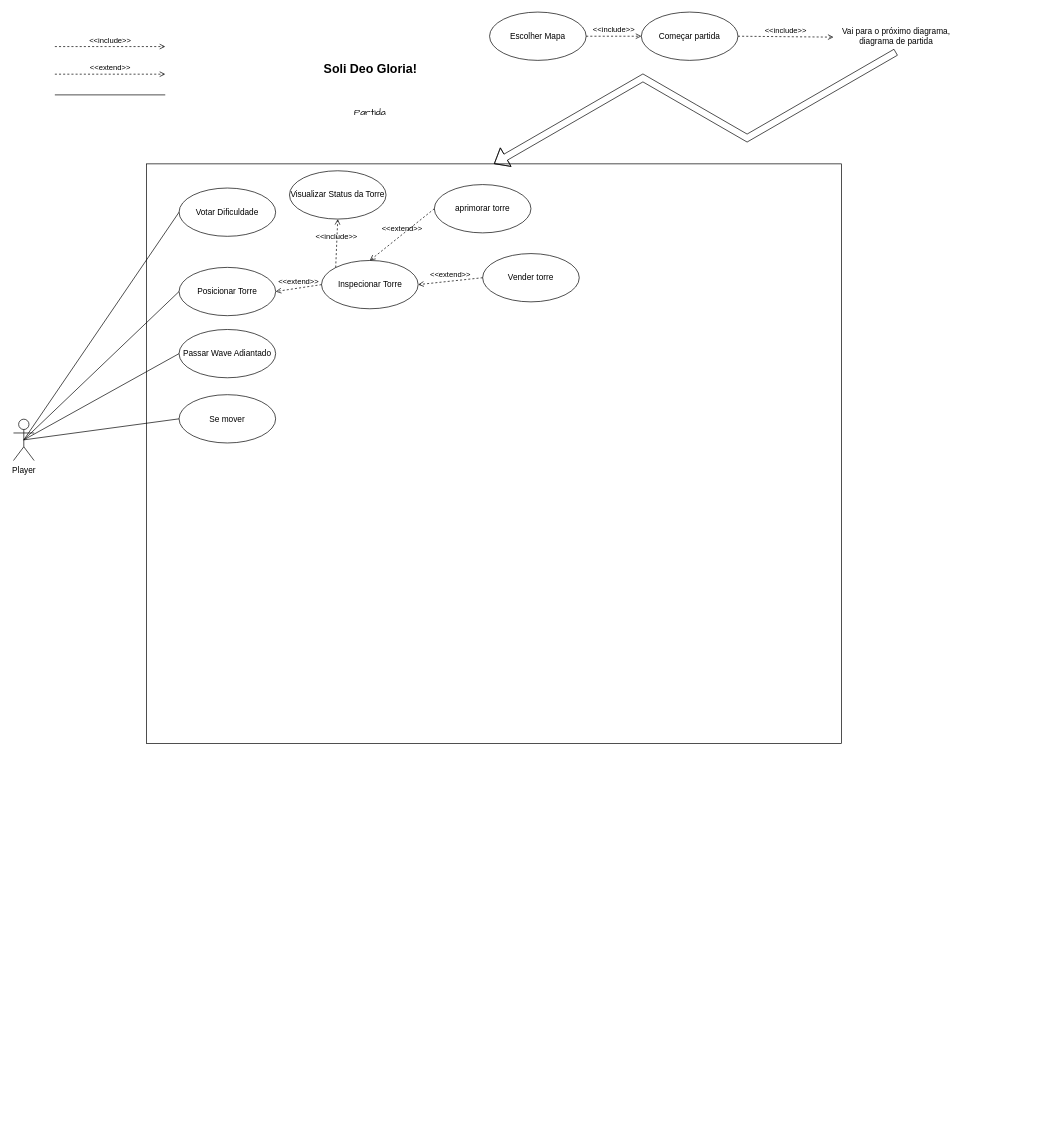
This is In-Game -- Diagrama Casos de Uso.drawio from DEV-0ne-Jao/Projeto-Integrador, a draw.io file, before an edit. Source tidied: cells renumbered, new cells numbered last; positions are measured from the earlier drawing's top-left corner, leaving out a move shared by most shapes. Both pictures are drawn from the tidied source at 69%, with x=0, y=0 at pixel (13, 12).
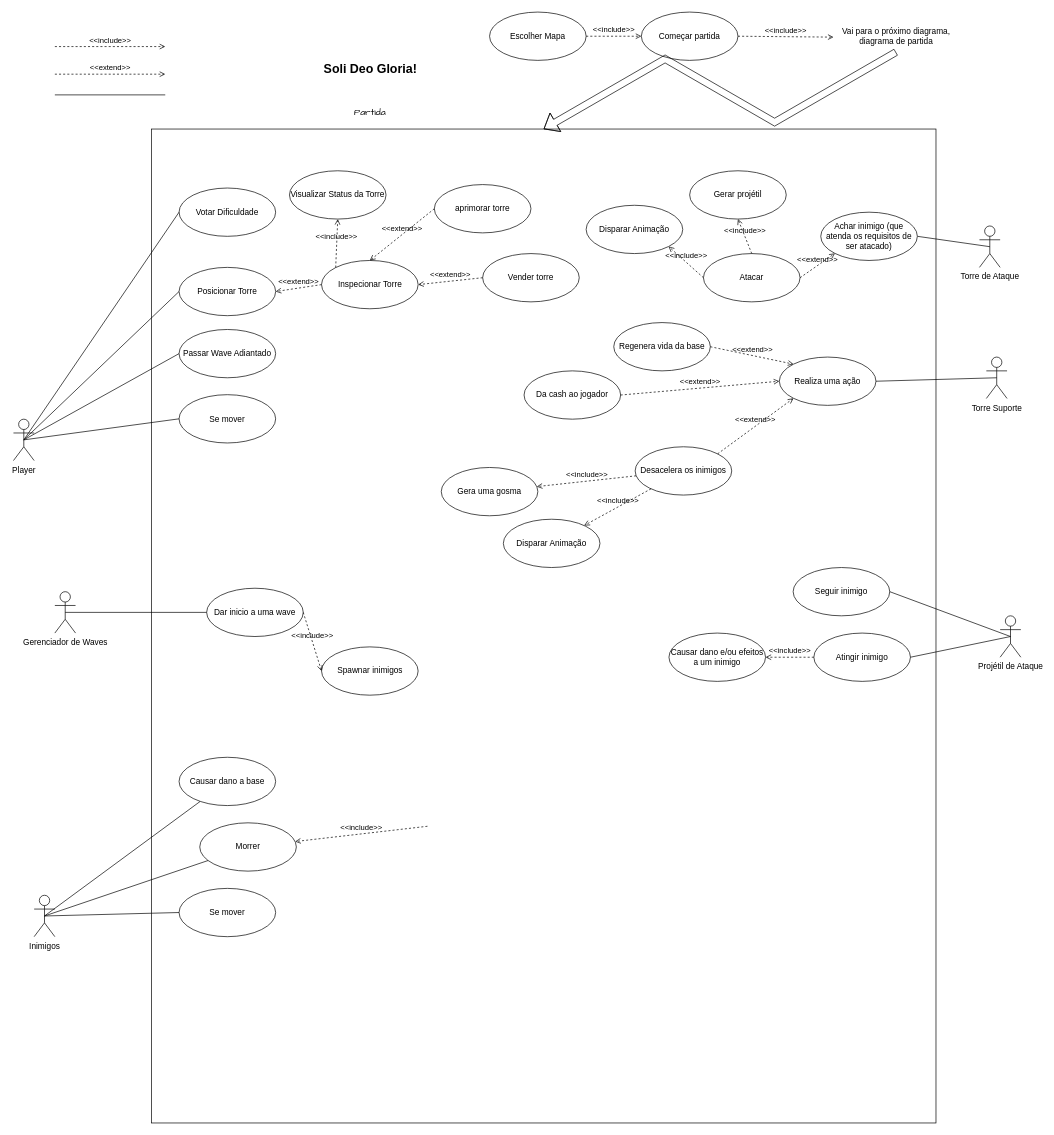
After the change.

The edit, as a diff of the source:
```diff
@@
-    <mxCell id="5" style="rounded=0;whiteSpace=wrap;html=1;" parent="1" vertex="1">
-      <mxGeometry x="193" y="220" width="1007" height="840" as="geometry" />
+    <mxCell id="5" style="rounded=0;whiteSpace=wrap;html=1;fontStyle=1;" parent="1" vertex="1">
+      <mxGeometry x="200" y="169.5" width="1137" height="1440.5" as="geometry" />
     </mxCell>
@@
+    <mxCell id="31" value="Torre de Ataque" style="shape=umlActor;verticalLabelPosition=bottom;verticalAlign=top;html=1;outlineConnect=0;" parent="1" vertex="1">
+      <mxGeometry x="1400" y="310" width="30" height="60" as="geometry" />
+    </mxCell>
+    <mxCell id="32" value="Atacar" style="ellipse;whiteSpace=wrap;html=1;" parent="1" vertex="1">
+      <mxGeometry x="1000" y="350" width="140" height="70" as="geometry" />
+    </mxCell>
+    <mxCell id="33" style="endArrow=none;html=1;rounded=0;exitX=1;exitY=0.5;exitDx=0;exitDy=0;entryX=0.5;entryY=0.5;entryDx=0;entryDy=0;entryPerimeter=0;" parent="1" edge="1" source="35" target="31">
+      <mxGeometry relative="1" as="geometry" />
+    </mxCell>
+    <mxCell id="34" value="Regenera vida da base" style="ellipse;whiteSpace=wrap;html=1;" parent="1" vertex="1">
+      <mxGeometry x="870" y="450" width="140" height="70" as="geometry" />
+    </mxCell>
+    <mxCell id="35" value="Achar inimigo (que atenda os requisitos de ser atacado)" style="ellipse;whiteSpace=wrap;html=1;" parent="1" vertex="1">
+      <mxGeometry x="1170" y="290" width="140" height="70" as="geometry" />
+    </mxCell>
+    <mxCell id="36" value="Torre Suporte&lt;div&gt;&lt;br&gt;&lt;/div&gt;" style="shape=umlActor;verticalLabelPosition=bottom;verticalAlign=top;html=1;outlineConnect=0;" parent="1" vertex="1">
+      <mxGeometry x="1410" y="500" width="30" height="60" as="geometry" />
+    </mxCell>
+    <mxCell id="37" value="&amp;lt;&amp;lt;extend&amp;gt;&amp;gt;" style="html=1;verticalAlign=bottom;labelBackgroundColor=none;endArrow=open;endFill=0;dashed=1;rounded=0;exitX=1;exitY=0.5;exitDx=0;exitDy=0;entryX=0;entryY=1;entryDx=0;entryDy=0;" parent="1" edge="1" source="32" target="35">
+      <mxGeometry relative="1" as="geometry" />
+    </mxCell>
+    <mxCell id="38" value="Disparar Animação" style="ellipse;whiteSpace=wrap;html=1;" parent="1" vertex="1">
+      <mxGeometry x="830" y="280" width="140" height="70" as="geometry" />
+    </mxCell>
+    <mxCell id="39" value="&amp;lt;&amp;lt;include&amp;gt;&amp;gt;" style="html=1;verticalAlign=bottom;labelBackgroundColor=none;endArrow=open;endFill=0;dashed=1;rounded=0;exitX=0;exitY=0.5;exitDx=0;exitDy=0;entryX=1;entryY=1;entryDx=0;entryDy=0;" parent="1" edge="1" source="32" target="38">
+      <mxGeometry relative="1" as="geometry" />
+    </mxCell>
+    <mxCell id="40" style="endArrow=none;html=1;rounded=0;entryX=0.5;entryY=0.5;entryDx=0;entryDy=0;entryPerimeter=0;exitX=1;exitY=0.5;exitDx=0;exitDy=0;" parent="1" edge="1" source="59" target="36">
+      <mxGeometry relative="1" as="geometry" />
+    </mxCell>
+    <mxCell id="41" value="Gerar projétil" style="ellipse;whiteSpace=wrap;html=1;" parent="1" vertex="1">
+      <mxGeometry x="980" y="230" width="140" height="70" as="geometry" />
+    </mxCell>
+    <mxCell id="42" value="Da cash ao jogador" style="ellipse;whiteSpace=wrap;html=1;" parent="1" vertex="1">
+      <mxGeometry x="740" y="520" width="140" height="70" as="geometry" />
+    </mxCell>
+    <mxCell id="43" value="&amp;lt;&amp;lt;include&amp;gt;&amp;gt;" style="html=1;verticalAlign=bottom;labelBackgroundColor=none;endArrow=open;endFill=0;dashed=1;rounded=0;exitX=0.5;exitY=0;exitDx=0;exitDy=0;entryX=0.5;entryY=1;entryDx=0;entryDy=0;" parent="1" edge="1" source="32" target="41">
+      <mxGeometry relative="1" as="geometry" />
+    </mxCell>
+    <mxCell id="44" value="Projétil de Ataque" style="shape=umlActor;verticalLabelPosition=bottom;verticalAlign=top;html=1;" parent="1" vertex="1">
+      <mxGeometry x="1430" y="875" width="30" height="60" as="geometry" />
+    </mxCell>
+    <mxCell id="45" value="Desacelera os inimigos" style="ellipse;whiteSpace=wrap;html=1;" parent="1" vertex="1">
+      <mxGeometry x="901" y="630" width="140" height="70" as="geometry" />
+    </mxCell>
+    <mxCell id="46" value="&amp;lt;&amp;lt;include&amp;gt;&amp;gt;" style="html=1;verticalAlign=bottom;labelBackgroundColor=none;endArrow=open;endFill=0;dashed=1;rounded=0;" parent="1" edge="1" source="45" target="48">
+      <mxGeometry relative="1" as="geometry" />
+    </mxCell>
+    <mxCell id="47" value="Gerenciador de Waves" style="shape=umlActor;verticalLabelPosition=bottom;verticalAlign=top;html=1;" parent="1" vertex="1">
+      <mxGeometry x="60" y="840" width="30" height="60" as="geometry" />
+    </mxCell>
+    <mxCell id="48" value="Gera uma gosma" style="ellipse;whiteSpace=wrap;html=1;" parent="1" vertex="1">
+      <mxGeometry x="620" y="660" width="140" height="70" as="geometry" />
+    </mxCell>
+    <mxCell id="49" value="Dar inicio a uma wave" style="ellipse;whiteSpace=wrap;html=1;" parent="1" vertex="1">
+      <mxGeometry x="280" y="835" width="140" height="70" as="geometry" />
+    </mxCell>
+    <mxCell id="50" value="Disparar Animação" style="ellipse;whiteSpace=wrap;html=1;" parent="1" vertex="1">
+      <mxGeometry x="710" y="735" width="140" height="70" as="geometry" />
+    </mxCell>
+    <mxCell id="51" value="Seguir inimigo" style="ellipse;whiteSpace=wrap;html=1;" parent="1" vertex="1">
+      <mxGeometry x="1130" y="805" width="140" height="70" as="geometry" />
+    </mxCell>
+    <mxCell id="52" value="&amp;lt;&amp;lt;include&amp;gt;&amp;gt;" style="html=1;verticalAlign=bottom;labelBackgroundColor=none;endArrow=open;endFill=0;dashed=1;rounded=0;" parent="1" edge="1" source="45" target="50">
+      <mxGeometry relative="1" as="geometry" />
+    </mxCell>
+    <mxCell id="53" value="Atingir inimigo" style="ellipse;whiteSpace=wrap;html=1;" parent="1" vertex="1">
+      <mxGeometry x="1160" y="900" width="140" height="70" as="geometry" />
+    </mxCell>
+    <mxCell id="54" style="endArrow=none;html=1;rounded=0;exitX=1;exitY=0.5;exitDx=0;exitDy=0;entryX=0.5;entryY=0.5;entryDx=0;entryDy=0;entryPerimeter=0;" parent="1" edge="1" source="51" target="44">
+      <mxGeometry relative="1" as="geometry" />
+    </mxCell>
+    <mxCell id="55" style="endArrow=none;html=1;rounded=0;exitX=1;exitY=0.5;exitDx=0;exitDy=0;entryX=0.5;entryY=0.5;entryDx=0;entryDy=0;entryPerimeter=0;" parent="1" edge="1" source="53" target="44">
+      <mxGeometry relative="1" as="geometry" />
+    </mxCell>
+    <mxCell id="56" value="Causar dano e/ou efeitos a um inimigo" style="ellipse;whiteSpace=wrap;html=1;" parent="1" vertex="1">
+      <mxGeometry x="950" y="900" width="140" height="70" as="geometry" />
+    </mxCell>
+    <mxCell id="57" value="&amp;lt;&amp;lt;include&amp;gt;&amp;gt;" style="html=1;verticalAlign=bottom;labelBackgroundColor=none;endArrow=open;endFill=0;dashed=1;rounded=0;exitX=0;exitY=0.5;exitDx=0;exitDy=0;entryX=1;entryY=0.5;entryDx=0;entryDy=0;" parent="1" edge="1" source="53" target="56">
+      <mxGeometry relative="1" as="geometry" />
+    </mxCell>
+    <mxCell id="58" value="Inimigos" style="shape=umlActor;verticalLabelPosition=bottom;verticalAlign=top;html=1;outlineConnect=0;" parent="1" vertex="1">
+      <mxGeometry x="30" y="1280" width="30" height="60" as="geometry" />
+    </mxCell>
+    <mxCell id="59" value="Realiza uma ação" style="ellipse;whiteSpace=wrap;html=1;" parent="1" vertex="1">
+      <mxGeometry x="1110" y="500" width="140" height="70" as="geometry" />
+    </mxCell>
+    <mxCell id="60" value="Causar dano a base" style="ellipse;whiteSpace=wrap;html=1;" parent="1" vertex="1">
+      <mxGeometry x="240" y="1080" width="140" height="70" as="geometry" />
+    </mxCell>
+    <mxCell id="61" value="&amp;lt;&amp;lt;extend&amp;gt;&amp;gt;" style="html=1;verticalAlign=bottom;labelBackgroundColor=none;endArrow=open;endFill=0;dashed=1;rounded=0;exitX=1;exitY=0.5;exitDx=0;exitDy=0;entryX=0;entryY=0;entryDx=0;entryDy=0;" parent="1" edge="1" source="34" target="59">
+      <mxGeometry relative="1" as="geometry" />
+    </mxCell>
+    <mxCell id="62" value="Morrer" style="ellipse;whiteSpace=wrap;html=1;" parent="1" vertex="1">
+      <mxGeometry x="270" y="1175" width="140" height="70" as="geometry" />
+    </mxCell>
+    <mxCell id="63" value="&amp;lt;&amp;lt;extend&amp;gt;&amp;gt;" style="html=1;verticalAlign=bottom;labelBackgroundColor=none;endArrow=open;endFill=0;dashed=1;rounded=0;exitX=1;exitY=0.5;exitDx=0;exitDy=0;entryX=0;entryY=0.5;entryDx=0;entryDy=0;" parent="1" edge="1" source="42" target="59">
+      <mxGeometry relative="1" as="geometry" />
+    </mxCell>
+    <mxCell id="64" value="&amp;lt;&amp;lt;extend&amp;gt;&amp;gt;" style="html=1;verticalAlign=bottom;labelBackgroundColor=none;endArrow=open;endFill=0;dashed=1;rounded=0;exitX=1;exitY=0;exitDx=0;exitDy=0;entryX=0;entryY=1;entryDx=0;entryDy=0;" parent="1" edge="1" source="45" target="59">
+      <mxGeometry relative="1" as="geometry" />
+    </mxCell>
+    <mxCell id="65" style="endArrow=none;html=1;rounded=0;exitX=0.5;exitY=0.5;exitDx=0;exitDy=0;exitPerimeter=0;" parent="1" edge="1" source="58" target="60">
+      <mxGeometry relative="1" as="geometry" />
+    </mxCell>
+    <mxCell id="66" style="endArrow=none;html=1;rounded=0;exitX=0.5;exitY=0.5;exitDx=0;exitDy=0;exitPerimeter=0;" parent="1" edge="1" source="58" target="62">
+      <mxGeometry relative="1" as="geometry" />
+    </mxCell>
+    <mxCell id="67" value="Se mover" style="ellipse;whiteSpace=wrap;html=1;" parent="1" vertex="1">
+      <mxGeometry x="240" y="1270" width="140" height="70" as="geometry" />
+    </mxCell>
+    <mxCell id="68" value="&amp;lt;&amp;lt;include&amp;gt;&amp;gt;" style="html=1;verticalAlign=bottom;labelBackgroundColor=none;endArrow=open;endFill=0;dashed=1;rounded=0;exitX=0;exitY=0.5;exitDx=0;exitDy=0;" parent="1" edge="1" target="62">
+      <mxGeometry relative="1" as="geometry">
+        <mxPoint x="600" y="1180" as="sourcePoint" />
+      </mxGeometry>
+    </mxCell>
+    <mxCell id="69" style="endArrow=none;html=1;rounded=0;exitX=0.5;exitY=0.5;exitDx=0;exitDy=0;exitPerimeter=0;entryX=0;entryY=0.5;entryDx=0;entryDy=0;" parent="1" edge="1" source="58" target="67">
+      <mxGeometry relative="1" as="geometry" />
+    </mxCell>
+    <mxCell id="70" style="endArrow=none;html=1;rounded=0;exitX=0.5;exitY=0.5;exitDx=0;exitDy=0;exitPerimeter=0;entryX=0;entryY=0.5;entryDx=0;entryDy=0;" parent="1" edge="1" source="47" target="49">
+      <mxGeometry relative="1" as="geometry" />
+    </mxCell>
+    <mxCell id="71" value="Spawnar inimigos" style="ellipse;whiteSpace=wrap;html=1;" parent="1" vertex="1">
+      <mxGeometry x="446.5" y="920" width="140" height="70" as="geometry" />
+    </mxCell>
+    <mxCell id="72" value="&amp;lt;&amp;lt;include&amp;gt;&amp;gt;" style="html=1;verticalAlign=bottom;labelBackgroundColor=none;endArrow=open;endFill=0;dashed=1;rounded=0;exitX=1;exitY=0.5;exitDx=0;exitDy=0;entryX=0;entryY=0.5;entryDx=0;entryDy=0;" parent="1" edge="1" source="49" target="71">
+      <mxGeometry relative="1" as="geometry" />
+    </mxCell>
```
